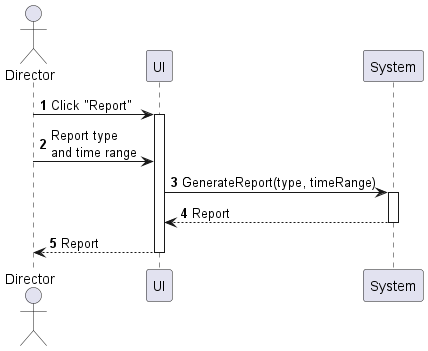
This is sequences/report-generate.png from phihungha/scmss-reqs, a PlantUML export, as it was before one commit.
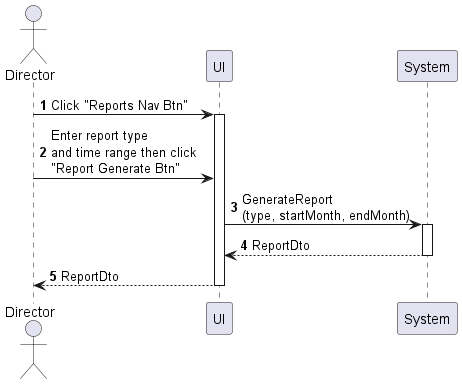
Later version of the same file.

Diff of the diagram source:
```diff
@@ -5,11 +5,11 @@
 participant UI as f
 participant System as b
 
-a -> f : Click "Report"
+a -> f : Click "Reports Nav Btn"
 activate f
-a -> f : Report type\nand time range
-f -> b : GenerateReport(type, timeRange)
+a -> f : Enter report type\nand time range then click\n"Report Generate Btn"
+f -> b : GenerateReport\n(type, startMonth, endMonth)
 activate b
-return Report
-return Report
+return ReportDto
+return ReportDto
 @enduml
```
